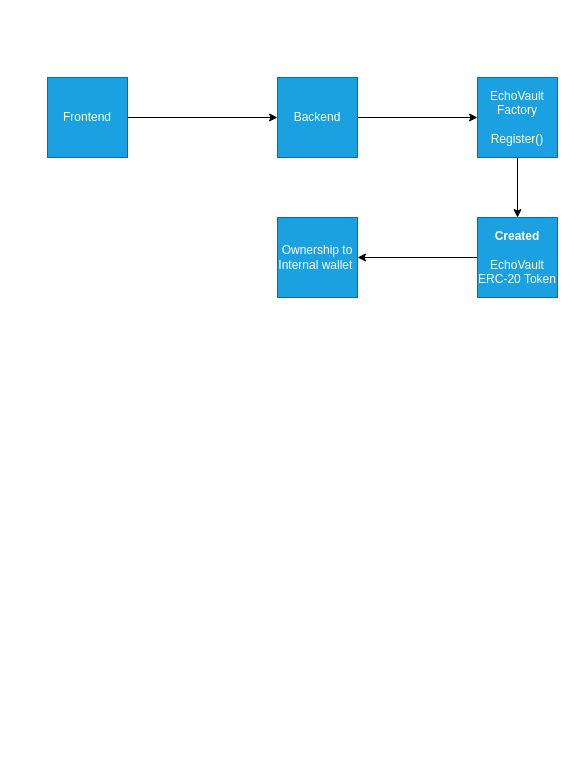
Earlier version of the draw.io diagram contracts/EchoVault/echovault.drawio (syedMohib44/pentagon-games-contracts). Source tidied: cells renumbered, new cells numbered last; positions are measured from the earlier drawing's top-left corner, leaving out a move shared by most shapes. Both pictures are drawn from the tidied source at 100%, with x=0, y=0 at pixel (47, 77).
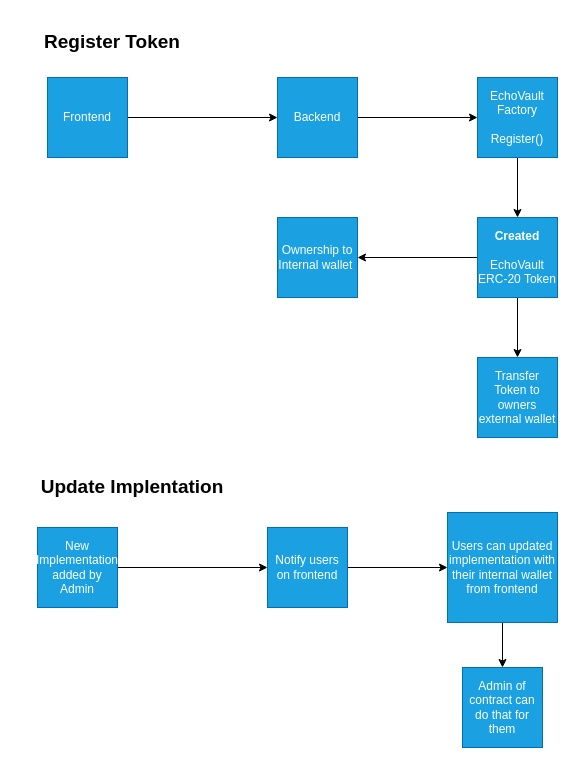
The same diagram, later.

Commit message (it also covers changes not shown here):
Added Marketplace contract and Fixed upgrable proxy by owner of contract for EchoVault

The change refers to these unchanged cells:
```xml
<mxCell id="9" value="&lt;b&gt;Created&lt;br&gt;&lt;/b&gt;&lt;br&gt;EchoVault&lt;br&gt;ERC-20 Token" style="whiteSpace=wrap;html=1;fillColor=#1ba1e2;fontColor=#ffffff;strokeColor=#006EAF;" parent="1" vertex="1">
  <mxGeometry x="430" y="140" width="80" height="80" as="geometry" />
</mxCell>
```

The edit, as a diff of the source:
```diff
@@
+    <mxCell id="11" style="edgeStyle=none;html=1;exitX=0.5;exitY=1;exitDx=0;exitDy=0;" parent="1" edge="1" source="9" target="12">
+      <mxGeometry relative="1" as="geometry" />
+    </mxCell>
@@
+    <mxCell id="12" value="Transfer Token to owners external wallet" style="whiteSpace=wrap;html=1;fillColor=#1ba1e2;fontColor=#ffffff;strokeColor=#006EAF;" parent="1" vertex="1">
+      <mxGeometry x="430" y="280" width="80" height="80" as="geometry" />
+    </mxCell>
+    <mxCell id="13" style="edgeStyle=none;html=1;exitX=1;exitY=0.5;exitDx=0;exitDy=0;entryX=0;entryY=0.5;entryDx=0;entryDy=0;" parent="1" edge="1" source="14" target="16">
+      <mxGeometry relative="1" as="geometry" />
+    </mxCell>
+    <mxCell id="14" value="New Implementation added by Admin" style="whiteSpace=wrap;html=1;fillColor=#1ba1e2;fontColor=#ffffff;strokeColor=#006EAF;" parent="1" vertex="1">
+      <mxGeometry x="-10" y="450" width="80" height="80" as="geometry" />
+    </mxCell>
+    <mxCell id="15" style="edgeStyle=none;html=1;exitX=1;exitY=0.5;exitDx=0;exitDy=0;" parent="1" edge="1" source="16" target="18">
+      <mxGeometry relative="1" as="geometry" />
+    </mxCell>
+    <mxCell id="16" value="Notify users on frontend" style="whiteSpace=wrap;html=1;fillColor=#1ba1e2;fontColor=#ffffff;strokeColor=#006EAF;" parent="1" vertex="1">
+      <mxGeometry x="220" y="450" width="80" height="80" as="geometry" />
+    </mxCell>
+    <mxCell id="17" style="edgeStyle=none;html=1;exitX=0.5;exitY=1;exitDx=0;exitDy=0;" parent="1" edge="1" source="18" target="19">
+      <mxGeometry relative="1" as="geometry" />
+    </mxCell>
+    <mxCell id="18" value="Users can updated implementation with their internal wallet from frontend" style="whiteSpace=wrap;html=1;fillColor=#1ba1e2;fontColor=#ffffff;strokeColor=#006EAF;" parent="1" vertex="1">
+      <mxGeometry x="400" y="435" width="110" height="110" as="geometry" />
+    </mxCell>
+    <mxCell id="19" value="Admin of contract can do that for them" style="whiteSpace=wrap;html=1;fillColor=#1ba1e2;fontColor=#ffffff;strokeColor=#006EAF;" parent="1" vertex="1">
+      <mxGeometry x="415" y="590" width="80" height="80" as="geometry" />
+    </mxCell>
+    <mxCell id="20" value="&lt;b&gt;&lt;font style=&quot;font-size: 19px;&quot;&gt;Update Implentation&lt;/font&gt;&lt;/b&gt;" style="text;html=1;strokeColor=none;fillColor=none;align=center;verticalAlign=middle;whiteSpace=wrap;rounded=0;" parent="1" vertex="1">
+      <mxGeometry x="-10" y="385" width="190" height="50" as="geometry" />
+    </mxCell>
+    <mxCell id="21" value="&lt;span style=&quot;font-size: 19px;&quot;&gt;&lt;b&gt;Register Token&lt;br&gt;&lt;/b&gt;&lt;/span&gt;" style="text;html=1;strokeColor=none;fillColor=none;align=center;verticalAlign=middle;whiteSpace=wrap;rounded=0;" parent="1" vertex="1">
+      <mxGeometry x="-30" y="-60" width="190" height="50" as="geometry" />
+    </mxCell>
```
